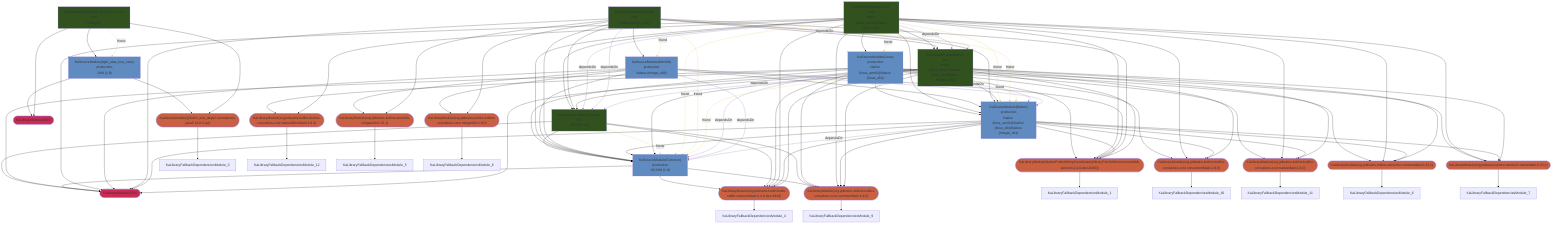
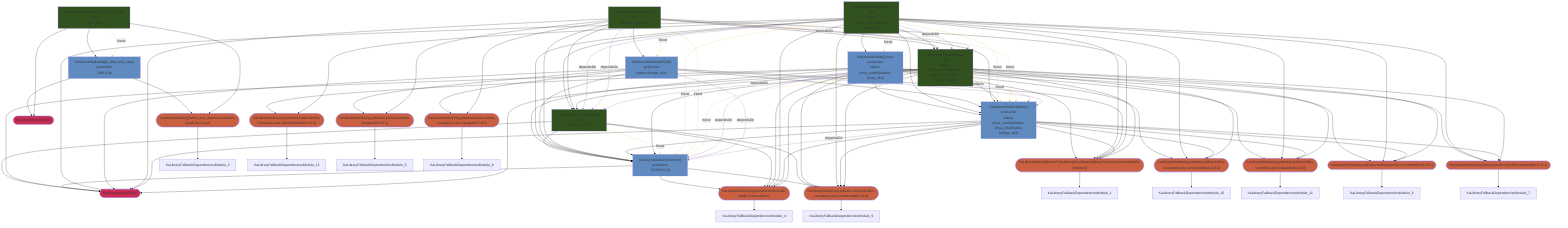
graph TD
  KaLibraryModule_0(["KaLibraryModule(@kotlin_test_deps//:annotations-java5-24.0.0.jar)"])
-   KaLibraryModule_1(["KaLibraryModule(NativePrebuiltKmpCoordinates(libraryPart=klib/common/stdlib, version=2.4.0-dev-8449))"])
+   KaLibraryModule_1(["KaLibraryModule(NativePrebuiltKmpCoordinates(libraryPart=klib/common/stdlib, version=<kgp_version>))"])
  KaLibraryModule_2(["KaLibraryModule(SDK)"])
  KaLibraryModule_3(["KaLibraryModule(SDK)"])
-   KaLibraryModule_4(["KaLibraryModule(org.jetbrains.kotlin:kotlin-stdlib:commonMain:2.4.0-dev-8449)"])
+   KaLibraryModule_4(["KaLibraryModule(org.jetbrains.kotlin:kotlin-stdlib:commonMain:<kgp_version>)"])
  KaLibraryModule_5(["KaLibraryModule(org.jetbrains.kotlinx:atomicfu-mingwx64:0.23.1)"])
  KaLibraryModule_6(["KaLibraryModule(org.jetbrains.kotlinx:atomicfu:commonMain:0.23.1)"])
  KaLibraryModule_7(["KaLibraryModule(org.jetbrains.kotlinx:atomicfu:nativeMain:0.23.1)"])
  KaLibraryModule_8(["KaLibraryModule(org.jetbrains.kotlinx:kotlinx-coroutines-core-mingwx64:1.8.0)"])
  KaLibraryModule_9(["KaLibraryModule(org.jetbrains.kotlinx:kotlinx-coroutines-core:commonMain:1.8.0)"])
  KaLibraryModule_10(["KaLibraryModule(org.jetbrains.kotlinx:kotlinx-coroutines-core:concurrentMain:1.8.0)"])
  KaLibraryModule_11(["KaLibraryModule(org.jetbrains.kotlinx:kotlinx-coroutines-core:nativeMain:1.8.0)"])
  KaLibraryModule_12(["KaLibraryModule(org.jetbrains.kotlinx:kotlinx-coroutines-core:nativeOtherMain:1.8.0)"])
  KaSourceModule_13["KaSourceModule(Common)<br />production<br />JS/JVM (1.8)"]
  KaSourceModule_14["KaSourceModule(Common)<br />test<br />JS/JVM (1.8)"]
  KaSourceModule_15["KaSourceModule(Linux)<br />production<br />Native (linux_arm64)/Native (linux_x64)"]
  KaSourceModule_16["KaSourceModule(Linux)<br />test<br />Native (linux_arm64)/Native (linux_x64)"]
  KaSourceModule_17["KaSourceModule(MinGW)<br />production<br />Native (mingw_x64)"]
  KaSourceModule_18["KaSourceModule(MinGW)<br />test<br />Native (mingw_x64)"]
  KaSourceModule_19["KaSourceModule(Native)<br />production<br />Native (linux_arm64)/Native (linux_x64)/Native (mingw_x64)"]
  KaSourceModule_20["KaSourceModule(Native)<br />test<br />Native (linux_arm64)/Native (linux_x64)/Native (mingw_x64)"]
  KaSourceModule_21["KaSourceModule(light_idea_test_case)<br />production<br />JVM (1.8)"]
  KaSourceModule_22["KaSourceModule(light_idea_test_case)<br />test<br />JVM (1.8)"]
  style KaLibraryModule_0 fill:#CB6040
  style KaLibraryModule_1 fill:#CB6040
  style KaLibraryModule_2 fill:#CC2B52
  style KaLibraryModule_3 fill:#CC2B52
  style KaLibraryModule_4 fill:#CB6040
  style KaLibraryModule_5 fill:#CB6040
  style KaLibraryModule_6 fill:#CB6040
  style KaLibraryModule_7 fill:#CB6040
  style KaLibraryModule_8 fill:#CB6040
  style KaLibraryModule_9 fill:#CB6040
  style KaLibraryModule_10 fill:#CB6040
  style KaLibraryModule_11 fill:#CB6040
  style KaLibraryModule_12 fill:#CB6040
  style KaSourceModule_13 fill:#608BC1
  style KaSourceModule_14 fill:#31511E
  style KaSourceModule_15 fill:#608BC1
  style KaSourceModule_16 fill:#31511E
  style KaSourceModule_17 fill:#608BC1
  style KaSourceModule_18 fill:#31511E
  style KaSourceModule_19 fill:#608BC1
  style KaSourceModule_20 fill:#31511E
  style KaSourceModule_21 fill:#608BC1
  style KaSourceModule_22 fill:#31511E
  KaLibraryModule_0 --> KaLibraryFallbackDependenciesModule_0
  KaLibraryModule_1 --> KaLibraryFallbackDependenciesModule_1
  KaLibraryModule_10 --> KaLibraryFallbackDependenciesModule_10
  KaLibraryModule_11 --> KaLibraryFallbackDependenciesModule_11
  KaLibraryModule_12 --> KaLibraryFallbackDependenciesModule_12
  KaLibraryModule_4 --> KaLibraryFallbackDependenciesModule_4
  KaLibraryModule_5 --> KaLibraryFallbackDependenciesModule_5
  KaLibraryModule_6 --> KaLibraryFallbackDependenciesModule_6
  KaLibraryModule_7 --> KaLibraryFallbackDependenciesModule_7
  KaLibraryModule_8 --> KaLibraryFallbackDependenciesModule_8
  KaLibraryModule_9 --> KaLibraryFallbackDependenciesModule_9
  KaSourceModule_13 --> KaLibraryModule_2
  KaSourceModule_13 --> KaLibraryModule_4
  KaSourceModule_13 --> KaLibraryModule_9
  KaSourceModule_14 --> KaLibraryModule_2
  KaSourceModule_14 --> KaLibraryModule_4
  KaSourceModule_14 --> KaLibraryModule_9
  KaSourceModule_14 --> KaSourceModule_13
  KaSourceModule_15 --> KaLibraryModule_1
  KaSourceModule_15 --> KaLibraryModule_10
  KaSourceModule_15 --> KaLibraryModule_11
  KaSourceModule_15 --> KaLibraryModule_12
  KaSourceModule_15 --> KaLibraryModule_2
  KaSourceModule_15 --> KaLibraryModule_4
  KaSourceModule_15 --> KaLibraryModule_6
  KaSourceModule_15 --> KaLibraryModule_7
  KaSourceModule_15 --> KaLibraryModule_9
  KaSourceModule_15 --> KaSourceModule_13
  KaSourceModule_15 --> KaSourceModule_19
  KaSourceModule_16 --> KaLibraryModule_1
  KaSourceModule_16 --> KaLibraryModule_10
  KaSourceModule_16 --> KaLibraryModule_11
  KaSourceModule_16 --> KaLibraryModule_12
  KaSourceModule_16 --> KaLibraryModule_2
  KaSourceModule_16 --> KaLibraryModule_4
  KaSourceModule_16 --> KaLibraryModule_6
  KaSourceModule_16 --> KaLibraryModule_7
  KaSourceModule_16 --> KaLibraryModule_9
  KaSourceModule_16 --> KaSourceModule_13
  KaSourceModule_16 --> KaSourceModule_14
  KaSourceModule_16 --> KaSourceModule_15
  KaSourceModule_16 --> KaSourceModule_19
  KaSourceModule_16 --> KaSourceModule_20
  KaSourceModule_17 --> KaLibraryModule_1
  KaSourceModule_17 --> KaLibraryModule_2
  KaSourceModule_17 --> KaLibraryModule_5
  KaSourceModule_17 --> KaLibraryModule_8
  KaSourceModule_17 --> KaSourceModule_13
  KaSourceModule_17 --> KaSourceModule_19
  KaSourceModule_18 --> KaLibraryModule_1
  KaSourceModule_18 --> KaLibraryModule_2
  KaSourceModule_18 --> KaLibraryModule_5
  KaSourceModule_18 --> KaLibraryModule_8
  KaSourceModule_18 --> KaSourceModule_13
  KaSourceModule_18 --> KaSourceModule_14
  KaSourceModule_18 --> KaSourceModule_17
  KaSourceModule_18 --> KaSourceModule_19
  KaSourceModule_18 --> KaSourceModule_20
  KaSourceModule_19 --> KaLibraryModule_1
  KaSourceModule_19 --> KaLibraryModule_10
  KaSourceModule_19 --> KaLibraryModule_11
  KaSourceModule_19 --> KaLibraryModule_2
  KaSourceModule_19 --> KaLibraryModule_4
  KaSourceModule_19 --> KaLibraryModule_6
  KaSourceModule_19 --> KaLibraryModule_7
  KaSourceModule_19 --> KaLibraryModule_9
  KaSourceModule_19 --> KaSourceModule_13
  KaSourceModule_20 --> KaLibraryModule_1
  KaSourceModule_20 --> KaLibraryModule_10
  KaSourceModule_20 --> KaLibraryModule_11
  KaSourceModule_20 --> KaLibraryModule_2
  KaSourceModule_20 --> KaLibraryModule_4
  KaSourceModule_20 --> KaLibraryModule_6
  KaSourceModule_20 --> KaLibraryModule_7
  KaSourceModule_20 --> KaLibraryModule_9
  KaSourceModule_20 --> KaSourceModule_13
  KaSourceModule_20 --> KaSourceModule_14
  KaSourceModule_20 --> KaSourceModule_19
  KaSourceModule_21 --> KaLibraryModule_0
  KaSourceModule_21 --> KaLibraryModule_3
  KaSourceModule_22 --> KaLibraryModule_0
  KaSourceModule_22 --> KaLibraryModule_3
  KaSourceModule_22 --> KaSourceModule_21
  KaSourceModule_14 --friend--> KaSourceModule_13
  KaSourceModule_16 --friend--> KaSourceModule_13
  KaSourceModule_16 --friend--> KaSourceModule_15
  KaSourceModule_16 --friend--> KaSourceModule_19
  KaSourceModule_18 --friend--> KaSourceModule_13
  KaSourceModule_18 --friend--> KaSourceModule_17
  KaSourceModule_18 --friend--> KaSourceModule_19
  KaSourceModule_20 --friend--> KaSourceModule_13
  KaSourceModule_20 --friend--> KaSourceModule_19
  KaSourceModule_22 --friend--> KaSourceModule_21
  KaSourceModule_15 --dependsOn--> KaSourceModule_13
  KaSourceModule_15 --dependsOn--> KaSourceModule_19
  KaSourceModule_16 --dependsOn--> KaSourceModule_14
  KaSourceModule_16 --dependsOn--> KaSourceModule_20
  KaSourceModule_17 --dependsOn--> KaSourceModule_13
  KaSourceModule_17 --dependsOn--> KaSourceModule_19
  KaSourceModule_18 --dependsOn--> KaSourceModule_14
  KaSourceModule_18 --dependsOn--> KaSourceModule_20
  KaSourceModule_19 --dependsOn--> KaSourceModule_13
  KaSourceModule_20 --dependsOn--> KaSourceModule_14
  linkStyle 0 stroke:black
  linkStyle 1 stroke:black
  linkStyle 2 stroke:black
  linkStyle 3 stroke:black
  linkStyle 4 stroke:black
  linkStyle 5 stroke:black
  linkStyle 6 stroke:black
  linkStyle 7 stroke:black
  linkStyle 8 stroke:black
  linkStyle 9 stroke:black
  linkStyle 10 stroke:black
  linkStyle 11 stroke:black
  linkStyle 12 stroke:black
  linkStyle 13 stroke:black
  linkStyle 14 stroke:black
  linkStyle 15 stroke:black
  linkStyle 16 stroke:black
  linkStyle 17 stroke:black
  linkStyle 18 stroke:black
  linkStyle 19 stroke:black
  linkStyle 20 stroke:black
  linkStyle 21 stroke:black
  linkStyle 22 stroke:black
  linkStyle 23 stroke:black
  linkStyle 24 stroke:black
  linkStyle 25 stroke:black
  linkStyle 26 stroke:black
  linkStyle 27 stroke:black
  linkStyle 28 stroke:black
  linkStyle 29 stroke:black
  linkStyle 30 stroke:black
  linkStyle 31 stroke:black
  linkStyle 32 stroke:black
  linkStyle 33 stroke:black
  linkStyle 34 stroke:black
  linkStyle 35 stroke:black
  linkStyle 36 stroke:black
  linkStyle 37 stroke:black
  linkStyle 38 stroke:black
  linkStyle 39 stroke:black
  linkStyle 40 stroke:black
  linkStyle 41 stroke:black
  linkStyle 42 stroke:black
  linkStyle 43 stroke:black
  linkStyle 44 stroke:black
  linkStyle 45 stroke:black
  linkStyle 46 stroke:black
  linkStyle 47 stroke:black
  linkStyle 48 stroke:black
  linkStyle 49 stroke:black
  linkStyle 50 stroke:black
  linkStyle 51 stroke:black
  linkStyle 52 stroke:black
  linkStyle 53 stroke:black
  linkStyle 54 stroke:black
  linkStyle 55 stroke:black
  linkStyle 56 stroke:black
  linkStyle 57 stroke:black
  linkStyle 58 stroke:black
  linkStyle 59 stroke:black
  linkStyle 60 stroke:black
  linkStyle 61 stroke:black
  linkStyle 62 stroke:black
  linkStyle 63 stroke:black
  linkStyle 64 stroke:black
  linkStyle 65 stroke:black
  linkStyle 66 stroke:black
  linkStyle 67 stroke:black
  linkStyle 68 stroke:black
  linkStyle 69 stroke:black
  linkStyle 70 stroke:black
  linkStyle 71 stroke:black
  linkStyle 72 stroke:black
  linkStyle 73 stroke:black
  linkStyle 74 stroke:black
  linkStyle 75 stroke:black
  linkStyle 76 stroke:black
  linkStyle 77 stroke:black
  linkStyle 78 stroke:black
  linkStyle 79 stroke:black
  linkStyle 80 stroke:black
  linkStyle 81 stroke:black
  linkStyle 82 stroke:black
  linkStyle 83 stroke:#E6C767
  linkStyle 84 stroke:#E6C767
  linkStyle 85 stroke:#E6C767
  linkStyle 86 stroke:#E6C767
  linkStyle 87 stroke:#E6C767
  linkStyle 88 stroke:#E6C767
  linkStyle 89 stroke:#E6C767
  linkStyle 90 stroke:#E6C767
  linkStyle 91 stroke:#E6C767
  linkStyle 92 stroke:#E6C767
  linkStyle 93 stroke:#8967B3
  linkStyle 94 stroke:#8967B3
  linkStyle 95 stroke:#8967B3
  linkStyle 96 stroke:#8967B3
  linkStyle 97 stroke:#8967B3
  linkStyle 98 stroke:#8967B3
  linkStyle 99 stroke:#8967B3
  linkStyle 100 stroke:#8967B3
  linkStyle 101 stroke:#8967B3
  linkStyle 102 stroke:#8967B3
